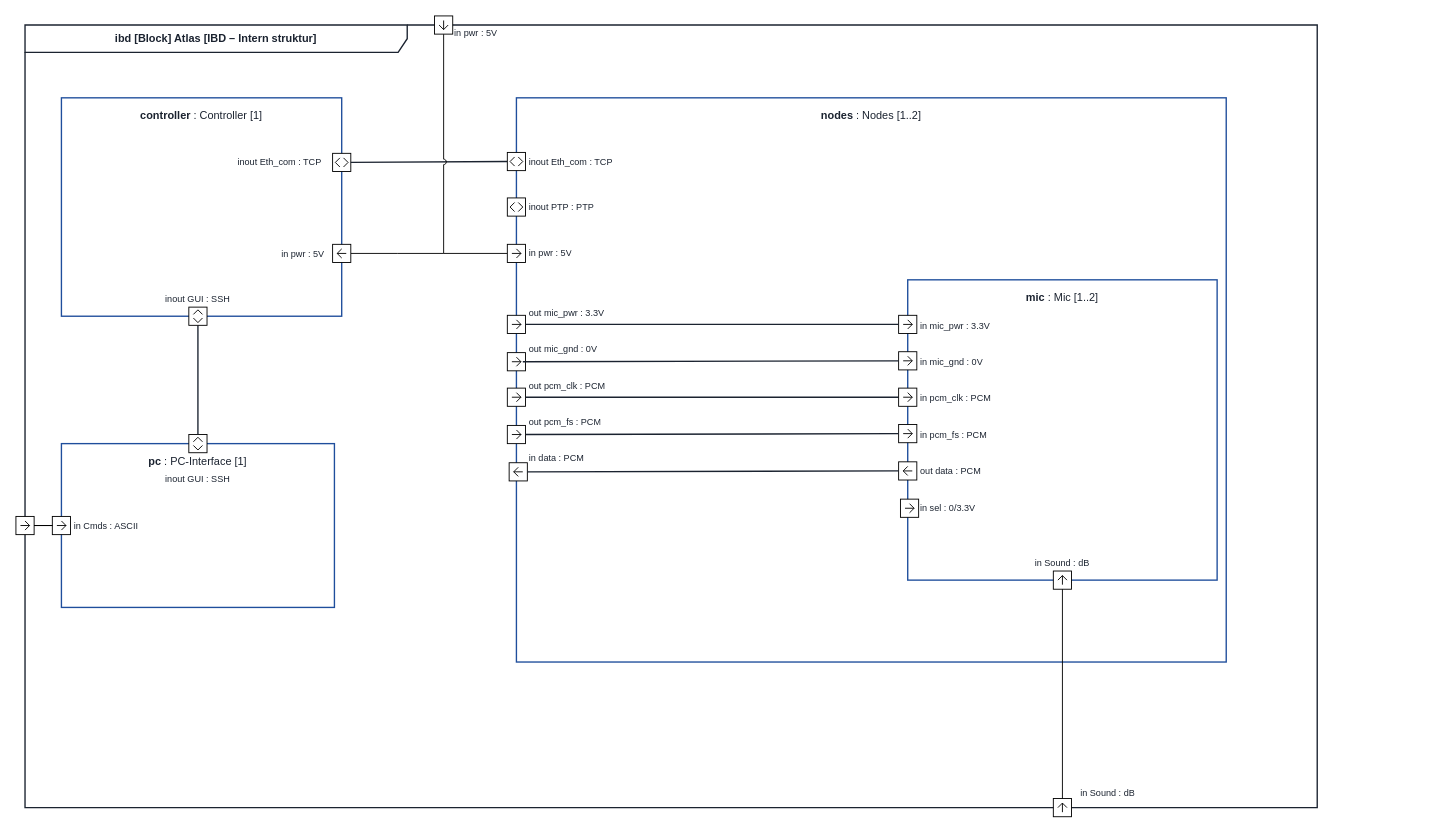
This is page "IBD – Atlas" (1 of 3) of docs/construction/IBD-ATLAS.drawio from ViktorFoerrisdahl/SW3PRJ3_5, a draw.io file, before an edit. Source tidied: cells renumbered, new cells numbered last; positions are measured from the earlier drawing's top-left corner, leaving out a move shared by most shapes. Both pictures are drawn from the tidied source at 91%, with x=0, y=0 at pixel (15, 15).
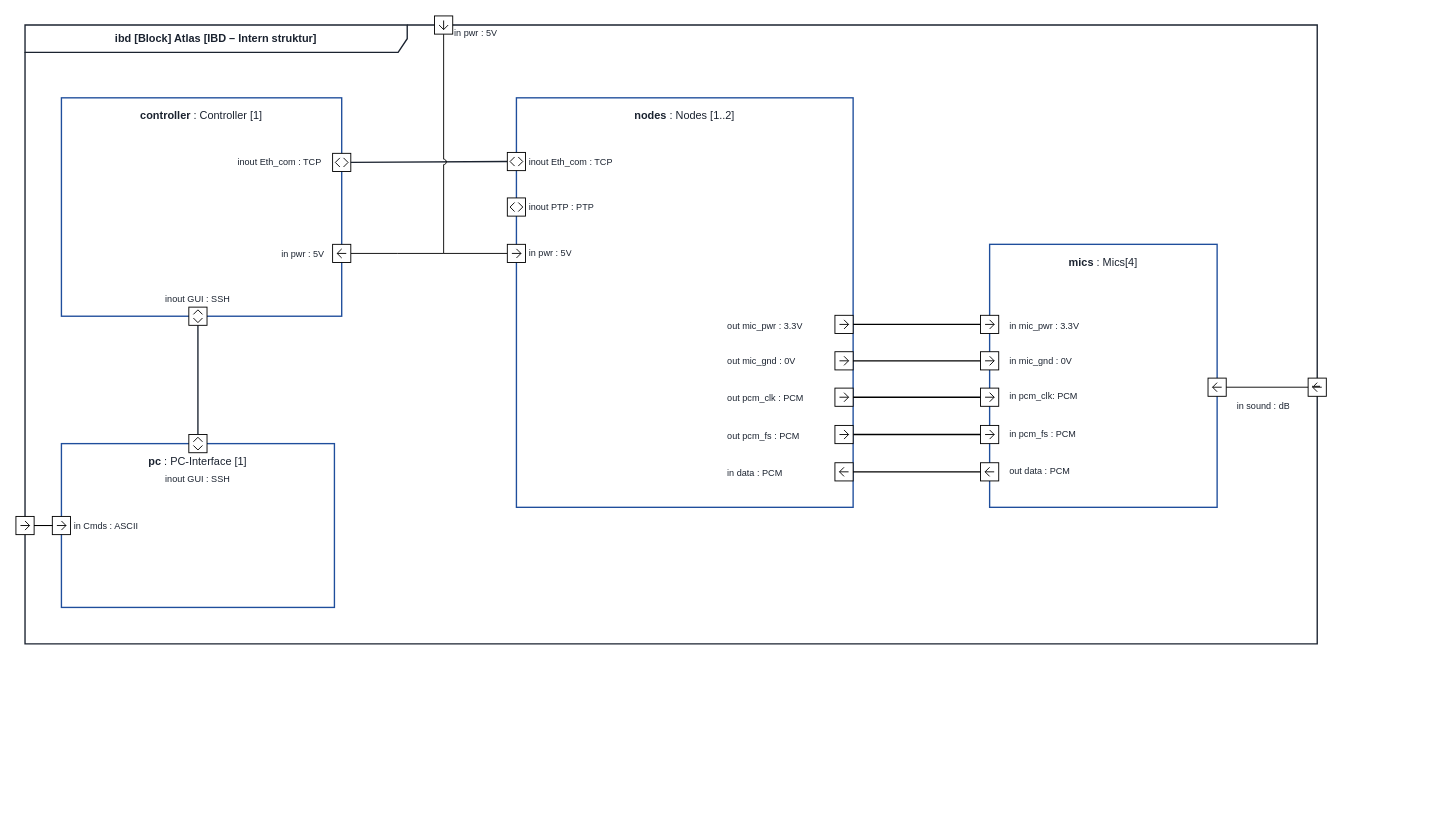
The same diagram, later.

Commit message:
Nodes not owning Mics anymore - IBD-ATLAS.drawio

Change to the diagram source:
```diff
@@
     <mxCell id="2" value="ibd [Block] Atlas [IBD – Intern struktur]" style="shape=umlFrame;whiteSpace=wrap;html=1;width=420;height=30;fontStyle=1;fontSize=12;fontColor=#1b2330;strokeColor=#1b2330;strokeWidth=1.5;fillColor=none;" parent="1" vertex="1">
-      <mxGeometry x="10" y="10" width="1420" height="860" as="geometry" />
+      <mxGeometry x="10" y="10" width="1420" height="680" as="geometry" />
     </mxCell>
@@
     <mxCell id="11" value="&lt;b&gt;nodes&lt;/b&gt; : Nodes [1..2]" style="rounded=0;whiteSpace=wrap;html=1;verticalAlign=top;align=center;spacingTop=6;fontSize=12;fontColor=#1b2330;fillColor=#ffffff;strokeColor=#1f4e9c;strokeWidth=1.5;" parent="1" vertex="1">
-      <mxGeometry x="550" y="90" width="780" height="620" as="geometry" />
+      <mxGeometry x="550" y="90" width="370" height="450" as="geometry" />
     </mxCell>
@@
     <mxCell id="15" value="out mic_pwr : 3.3V" style="text;html=1;strokeColor=none;fillColor=none;align=left;verticalAlign=middle;whiteSpace=wrap;overflow=hidden;fontSize=10;fontColor=#1b2330;" parent="11" vertex="1">
-      <mxGeometry x="12" y="227" width="200" height="18" as="geometry" />
+      <mxGeometry x="230" y="241" width="200" height="18" as="geometry" />
     </mxCell>
     <mxCell id="16" value="out mic_gnd : 0V" style="text;html=1;strokeColor=none;fillColor=none;align=left;verticalAlign=middle;whiteSpace=wrap;overflow=hidden;fontSize=10;fontColor=#1b2330;" parent="11" vertex="1">
-      <mxGeometry x="12" y="267" width="200" height="18" as="geometry" />
+      <mxGeometry x="230" y="280" width="200" height="18" as="geometry" />
     </mxCell>
     <mxCell id="17" value="out pcm_clk : PCM" style="text;html=1;strokeColor=none;fillColor=none;align=left;verticalAlign=middle;whiteSpace=wrap;overflow=hidden;fontSize=10;fontColor=#1b2330;" parent="11" vertex="1">
-      <mxGeometry x="12" y="307" width="200" height="18" as="geometry" />
+      <mxGeometry x="230" y="321" width="200" height="18" as="geometry" />
     </mxCell>
     <mxCell id="18" value="out pcm_fs : PCM" style="text;html=1;strokeColor=none;fillColor=none;align=left;verticalAlign=middle;whiteSpace=wrap;overflow=hidden;fontSize=10;fontColor=#1b2330;" parent="11" vertex="1">
-      <mxGeometry x="12" y="347" width="200" height="18" as="geometry" />
+      <mxGeometry x="230" y="362" width="90" height="18" as="geometry" />
     </mxCell>
     <mxCell id="19" value="in data : PCM" style="text;html=1;strokeColor=none;fillColor=none;align=left;verticalAlign=middle;whiteSpace=wrap;overflow=hidden;fontSize=10;fontColor=#1b2330;" parent="11" vertex="1">
-      <mxGeometry x="12" y="387" width="200" height="18" as="geometry" />
+      <mxGeometry x="230" y="403" width="70" height="18" as="geometry" />
     </mxCell>
-    <mxCell id="20" value="&lt;b&gt;mic&lt;/b&gt; : Mic [1..2]" style="rounded=0;whiteSpace=wrap;html=1;verticalAlign=top;align=center;spacingTop=6;fontSize=12;fontColor=#1b2330;fillColor=#ffffff;strokeColor=#1f4e9c;strokeWidth=1.5;" parent="11" vertex="1">
-      <mxGeometry x="430" y="200" width="340" height="330" as="geometry" />
-    </mxCell>
-    <mxCell id="21" value="in mic_pwr : 3.3V" style="text;html=1;strokeColor=none;fillColor=none;align=left;verticalAlign=middle;whiteSpace=wrap;overflow=hidden;fontSize=10;fontColor=#1b2330;" parent="20" vertex="1">
-      <mxGeometry x="12" y="41" width="200" height="18" as="geometry" />
-    </mxCell>
-    <mxCell id="22" value="in mic_gnd : 0V" style="text;html=1;strokeColor=none;fillColor=none;align=left;verticalAlign=middle;whiteSpace=wrap;overflow=hidden;fontSize=10;fontColor=#1b2330;" parent="20" vertex="1">
-      <mxGeometry x="12" y="81" width="200" height="18" as="geometry" />
-    </mxCell>
-    <mxCell id="23" value="in pcm_clk : PCM" style="text;html=1;strokeColor=none;fillColor=none;align=left;verticalAlign=middle;whiteSpace=wrap;overflow=hidden;fontSize=10;fontColor=#1b2330;" parent="20" vertex="1">
-      <mxGeometry x="12" y="121" width="200" height="18" as="geometry" />
-    </mxCell>
-    <mxCell id="24" value="in pcm_fs : PCM" style="text;html=1;strokeColor=none;fillColor=none;align=left;verticalAlign=middle;whiteSpace=wrap;overflow=hidden;fontSize=10;fontColor=#1b2330;" parent="20" vertex="1">
-      <mxGeometry x="12" y="161" width="200" height="18" as="geometry" />
-    </mxCell>
-    <mxCell id="25" value="out data : PCM" style="text;html=1;strokeColor=none;fillColor=none;align=left;verticalAlign=middle;whiteSpace=wrap;overflow=hidden;fontSize=10;fontColor=#1b2330;" parent="20" vertex="1">
-      <mxGeometry x="12" y="201" width="200" height="18" as="geometry" />
-    </mxCell>
-    <mxCell id="26" value="in sel : 0/3.3V" style="text;html=1;strokeColor=none;fillColor=none;align=left;verticalAlign=middle;whiteSpace=wrap;overflow=hidden;fontSize=10;fontColor=#1b2330;" parent="20" vertex="1">
-      <mxGeometry x="12" y="241" width="200" height="18" as="geometry" />
-    </mxCell>
-    <mxCell id="27" value="in Sound : dB" style="text;html=1;strokeColor=none;fillColor=none;align=center;verticalAlign=middle;whiteSpace=wrap;overflow=hidden;fontSize=10;fontColor=#1b2330;" parent="20" vertex="1">
-      <mxGeometry x="90" y="302" width="160" height="18" as="geometry" />
-    </mxCell>
-    <mxCell id="28" style="html=1;shape=mxgraph.sysml.port;sysMLPortType=flowN;rotation=90;" parent="20" vertex="1">
-      <mxGeometry x="-8" y="241" width="20" height="20" as="geometry" />
-    </mxCell>
-    <mxCell id="29" style="html=1;shape=mxgraph.sysml.port;sysMLPortType=flowN;rotation=90;" parent="20" vertex="1">
-      <mxGeometry x="-10" y="159" width="20" height="20" as="geometry" />
-    </mxCell>
-    <mxCell id="30" style="html=1;shape=mxgraph.sysml.port;sysMLPortType=flowN;rotation=90;" parent="20" vertex="1">
-      <mxGeometry x="-10" y="39" width="20" height="20" as="geometry" />
-    </mxCell>
-    <mxCell id="31" style="html=1;shape=mxgraph.sysml.port;sysMLPortType=flowN;rotation=-90;" parent="20" vertex="1">
-      <mxGeometry x="-10" y="200" width="20" height="20" as="geometry" />
-    </mxCell>
@@
-    <mxCell id="33" style="html=1;shape=mxgraph.sysml.port;sysMLPortType=flowN;rotation=90;" parent="11" vertex="1">
-      <mxGeometry x="-10" y="360" width="20" height="20" as="geometry" />
-    </mxCell>
     <mxCell id="34" style="html=1;shape=mxgraph.sysml.port;sysMLPortType=flowN;rotation=90;" parent="11" vertex="1">
-      <mxGeometry x="-10" y="319" width="20" height="20" as="geometry" />
+      <mxGeometry x="350" y="319" width="20" height="20" as="geometry" />
     </mxCell>
     <mxCell id="35" style="html=1;shape=mxgraph.sysml.port;sysMLPortType=flowN;rotation=90;" parent="11" vertex="1">
-      <mxGeometry x="-10" y="280" width="20" height="20" as="geometry" />
+      <mxGeometry x="350" y="279" width="20" height="20" as="geometry" />
     </mxCell>
     <mxCell id="36" style="html=1;shape=mxgraph.sysml.port;sysMLPortType=flowN;rotation=90;" parent="11" vertex="1">
-      <mxGeometry x="-10" y="239" width="20" height="20" as="geometry" />
+      <mxGeometry x="350" y="239" width="20" height="20" as="geometry" />
     </mxCell>
-    <mxCell id="37" style="endArrow=none;html=1;rounded=0;strokeColor=#1b2330;strokeWidth=1.5;exitX=0.5;exitY=0;exitDx=0;exitDy=0;exitPerimeter=0;entryX=0.5;entryY=1;entryDx=0;entryDy=0;entryPerimeter=0;" parent="11" edge="1" source="34" target="41">
-      <mxGeometry relative="1" as="geometry" />
-    </mxCell>
-    <mxCell id="38" style="endArrow=none;html=1;rounded=0;strokeColor=#1b2330;strokeWidth=1.5;exitX=0.5;exitY=0;exitDx=0;exitDy=0;exitPerimeter=0;entryX=0.5;entryY=1;entryDx=0;entryDy=0;entryPerimeter=0;" parent="11" edge="1" source="33" target="29">
-      <mxGeometry relative="1" as="geometry" />
-    </mxCell>
-    <mxCell id="39" style="endArrow=none;html=1;rounded=0;strokeColor=#1b2330;strokeWidth=1.5;exitX=0.5;exitY=0;exitDx=0;exitDy=0;exitPerimeter=0;entryX=0.5;entryY=1;entryDx=0;entryDy=0;entryPerimeter=0;" parent="11" edge="1" source="36" target="30">
-      <mxGeometry relative="1" as="geometry" />
-    </mxCell>
-    <mxCell id="40" style="html=1;shape=mxgraph.sysml.port;sysMLPortType=flowN;rotation=90;" parent="11" vertex="1">
-      <mxGeometry x="420" y="279" width="20" height="20" as="geometry" />
-    </mxCell>
-    <mxCell id="41" style="html=1;shape=mxgraph.sysml.port;sysMLPortType=flowN;rotation=90;" parent="11" vertex="1">
-      <mxGeometry x="420" y="319" width="20" height="20" as="geometry" />
-    </mxCell>
-    <mxCell id="42" style="html=1;shape=mxgraph.sysml.port;sysMLPortType=flowN;" parent="11" vertex="1">
-      <mxGeometry x="590" y="520" width="20" height="20" as="geometry" />
-    </mxCell>
@@
-    <mxCell id="45" style="endArrow=none;html=1;rounded=0;strokeColor=#1b2330;strokeWidth=1.5;entryX=0.5;entryY=1;entryDx=0;entryDy=0;entryPerimeter=0;" parent="1" edge="1" target="40">
-      <mxGeometry relative="1" as="geometry">
-        <mxPoint x="557" y="380" as="sourcePoint" />
-      </mxGeometry>
-    </mxCell>
@@
-    <mxCell id="50" style="html=1;shape=mxgraph.sysml.port;sysMLPortType=flowN;rotation=-90;" parent="1" vertex="1">
-      <mxGeometry x="542" y="491" width="20" height="20" as="geometry" />
-    </mxCell>
-    <mxCell id="51" style="endArrow=none;html=1;rounded=0;strokeColor=#1b2330;strokeWidth=1.5;entryX=0.5;entryY=1;entryDx=0;entryDy=0;entryPerimeter=0;exitX=0.5;exitY=0;exitDx=0;exitDy=0;exitPerimeter=0;" parent="1" edge="1" source="31" target="50">
-      <mxGeometry relative="1" as="geometry" />
-    </mxCell>
@@
-    <mxCell id="53" style="html=1;shape=mxgraph.sysml.port;sysMLPortType=flowN;" parent="1" vertex="1">
-      <mxGeometry x="1140" y="860" width="20" height="20" as="geometry" />
-    </mxCell>
-    <mxCell id="54" style="edgeStyle=orthogonalEdgeStyle;rounded=0;jettySize=auto;html=1;exitX=0.5;exitY=0;exitDx=0;exitDy=0;exitPerimeter=0;entryX=0.5;entryY=1;entryDx=0;entryDy=0;entryPerimeter=0;defaultLabelBackgroundColor=page;endArrow=none;endFill=0;" parent="1" edge="1" source="53" target="42">
-      <mxGeometry relative="1" as="geometry" />
-    </mxCell>
-    <mxCell id="55" value="in Sound : dB" style="text;html=1;strokeColor=none;fillColor=none;align=center;verticalAlign=middle;whiteSpace=wrap;overflow=hidden;fontSize=10;fontColor=#1b2330;" parent="1" vertex="1">
-      <mxGeometry x="1120" y="845" width="160" height="18" as="geometry" />
-    </mxCell>
@@
+    <mxCell id="53" value="i" style="html=1;shape=mxgraph.sysml.port;sysMLPortType=flowN;rotation=-90;" parent="1" vertex="1">
+      <mxGeometry x="1420" y="398" width="20" height="20" as="geometry" />
+    </mxCell>
+    <mxCell id="63" value="in sound : dB" style="text;html=1;strokeColor=none;fillColor=none;align=left;verticalAlign=middle;whiteSpace=wrap;overflow=hidden;fontSize=10;fontColor=#1b2330;" parent="1" vertex="1">
+      <mxGeometry x="1340" y="419" width="200" height="18" as="geometry" />
+    </mxCell>
+    <mxCell id="64" value="&lt;b&gt;mics&lt;/b&gt; : Mics[4]" style="rounded=0;whiteSpace=wrap;html=1;verticalAlign=top;align=center;spacingTop=6;fontSize=12;fontColor=#1b2330;fillColor=#ffffff;strokeColor=#1f4e9c;strokeWidth=1.5;" parent="1" vertex="1">
+      <mxGeometry x="1070" y="251" width="250" height="289" as="geometry" />
+    </mxCell>
+    <mxCell id="42" style="html=1;shape=mxgraph.sysml.port;sysMLPortType=flowN;rotation=-90;" parent="64" vertex="1">
+      <mxGeometry x="240" y="147" width="20" height="20" as="geometry" />
+    </mxCell>
+    <mxCell id="41" style="html=1;shape=mxgraph.sysml.port;sysMLPortType=flowN;rotation=90;" parent="64" vertex="1">
+      <mxGeometry x="-10" y="158" width="20" height="20" as="geometry" />
+    </mxCell>
+    <mxCell id="40" style="html=1;shape=mxgraph.sysml.port;sysMLPortType=flowN;rotation=90;" parent="64" vertex="1">
+      <mxGeometry x="-10" y="118" width="20" height="20" as="geometry" />
+    </mxCell>
+    <mxCell id="65" style="html=1;shape=mxgraph.sysml.port;sysMLPortType=flowN;rotation=-90;" parent="64" vertex="1">
+      <mxGeometry x="-10" y="240" width="20" height="20" as="geometry" />
+    </mxCell>
+    <mxCell id="66" style="html=1;shape=mxgraph.sysml.port;sysMLPortType=flowN;rotation=90;" parent="64" vertex="1">
+      <mxGeometry x="-10" y="78" width="20" height="20" as="geometry" />
+    </mxCell>
+    <mxCell id="21" value="in mic_pwr : 3.3V" style="text;html=1;strokeColor=none;fillColor=none;align=left;verticalAlign=middle;whiteSpace=wrap;overflow=hidden;fontSize=10;fontColor=#1b2330;" parent="64" vertex="1">
+      <mxGeometry x="20" y="80" width="105" height="18" as="geometry" />
+    </mxCell>
+    <mxCell id="67" value="in pcm_clk: PCM" style="text;html=1;strokeColor=none;fillColor=none;align=left;verticalAlign=middle;whiteSpace=wrap;overflow=hidden;fontSize=10;fontColor=#1b2330;" parent="64" vertex="1">
+      <mxGeometry x="20" y="158" width="105" height="18" as="geometry" />
+    </mxCell>
+    <mxCell id="24" value="in pcm_fs : PCM" style="text;html=1;strokeColor=none;fillColor=none;align=left;verticalAlign=middle;whiteSpace=wrap;overflow=hidden;fontSize=10;fontColor=#1b2330;" parent="64" vertex="1">
+      <mxGeometry x="20" y="199" width="105" height="18" as="geometry" />
+    </mxCell>
+    <mxCell id="25" value="out data : PCM" style="text;html=1;strokeColor=none;fillColor=none;align=left;verticalAlign=middle;whiteSpace=wrap;overflow=hidden;fontSize=10;fontColor=#1b2330;" parent="64" vertex="1">
+      <mxGeometry x="20" y="240" width="105" height="18" as="geometry" />
+    </mxCell>
+    <mxCell id="54" style="edgeStyle=orthogonalEdgeStyle;rounded=0;jettySize=auto;html=1;exitX=0.5;exitY=0;exitDx=0;exitDy=0;exitPerimeter=0;entryX=0.5;entryY=1;entryDx=0;entryDy=0;entryPerimeter=0;defaultLabelBackgroundColor=page;endArrow=none;endFill=0;" parent="1" edge="1" source="53" target="42">
+      <mxGeometry relative="1" as="geometry" />
+    </mxCell>
+    <mxCell id="68" style="html=1;shape=mxgraph.sysml.port;sysMLPortType=flowN;rotation=90;" parent="1" vertex="1">
+      <mxGeometry x="1060" y="450" width="20" height="20" as="geometry" />
+    </mxCell>
+    <mxCell id="69" style="edgeStyle=orthogonalEdgeStyle;rounded=0;jettySize=auto;html=1;entryX=0.5;entryY=1;entryDx=0;entryDy=0;entryPerimeter=0;defaultLabelBackgroundColor=page;endArrow=none;endFill=0;strokeWidth=1.5;exitX=0.5;exitY=0;exitDx=0;exitDy=0;exitPerimeter=0;" parent="1" edge="1" source="33" target="68">
+      <mxGeometry relative="1" as="geometry" />
+    </mxCell>
+    <mxCell id="22" value="in mic_gnd : 0V" style="text;html=1;strokeColor=none;fillColor=none;align=left;verticalAlign=middle;whiteSpace=wrap;overflow=hidden;fontSize=10;fontColor=#1b2330;" parent="1" vertex="1">
+      <mxGeometry x="1090" y="370" width="105" height="18" as="geometry" />
+    </mxCell>
+    <mxCell id="50" style="html=1;shape=mxgraph.sysml.port;sysMLPortType=flowN;rotation=-90;" parent="1" vertex="1">
+      <mxGeometry x="900" y="491" width="20" height="20" as="geometry" />
+    </mxCell>
+    <mxCell id="33" style="html=1;shape=mxgraph.sysml.port;sysMLPortType=flowN;rotation=90;" parent="1" vertex="1">
+      <mxGeometry x="900" y="450" width="20" height="20" as="geometry" />
+    </mxCell>
+    <mxCell id="70" style="edgeStyle=orthogonalEdgeStyle;rounded=0;jettySize=auto;html=1;entryX=0.5;entryY=1;entryDx=0;entryDy=0;entryPerimeter=0;defaultLabelBackgroundColor=page;endArrow=none;endFill=0;strokeWidth=1.5;" parent="1" edge="1" source="65" target="50">
+      <mxGeometry relative="1" as="geometry" />
+    </mxCell>
+    <mxCell id="71" style="edgeStyle=orthogonalEdgeStyle;rounded=0;jettySize=auto;html=1;entryX=0.5;entryY=0;entryDx=0;entryDy=0;entryPerimeter=0;defaultLabelBackgroundColor=page;endArrow=none;endFill=0;strokeWidth=1.5;exitX=0.5;exitY=1;exitDx=0;exitDy=0;exitPerimeter=0;" parent="1" edge="1" source="41" target="34">
+      <mxGeometry relative="1" as="geometry" />
+    </mxCell>
+    <mxCell id="72" style="edgeStyle=orthogonalEdgeStyle;rounded=0;jettySize=auto;html=1;entryX=0.5;entryY=0;entryDx=0;entryDy=0;entryPerimeter=0;defaultLabelBackgroundColor=page;endArrow=none;endFill=0;strokeWidth=1.5;exitX=0.5;exitY=1;exitDx=0;exitDy=0;exitPerimeter=0;" parent="1" edge="1" source="40" target="35">
+      <mxGeometry x="-0.01" relative="1" as="geometry" />
+    </mxCell>
+    <mxCell id="73" style="edgeStyle=orthogonalEdgeStyle;rounded=0;jettySize=auto;html=1;entryX=0.5;entryY=0;entryDx=0;entryDy=0;entryPerimeter=0;defaultLabelBackgroundColor=page;endArrow=none;endFill=0;strokeWidth=1.5;exitX=0.5;exitY=1;exitDx=0;exitDy=0;exitPerimeter=0;" parent="1" edge="1" source="66" target="36">
+      <mxGeometry relative="1" as="geometry" />
+    </mxCell>
```
